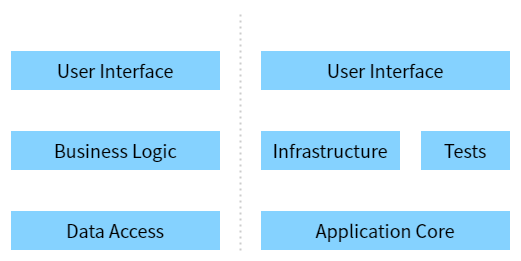
The draw.io diagram documents/contents/images/app-architecture/overview/application-architecture-dark.png in AlesInfiny/maris, before a commit. Source tidied: cells renumbered, new cells last; positions are measured from the earlier drawing's top-left corner, leaving out a move shared by most shapes.
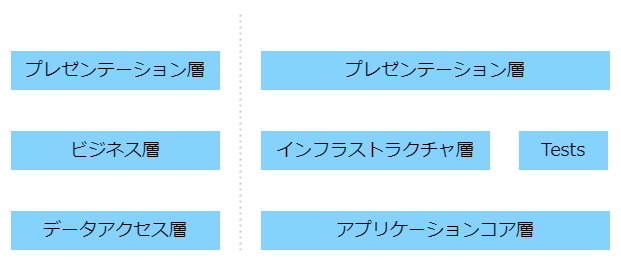
After the commit.

Commit message:
アーキテクチャ図のレイヤー名を修正

Diff of the diagram source:
```diff
@@ -3,54 +3,50 @@
     <mxCell id="0" />
     <mxCell id="1" parent="0" />
     <mxCell id="2" style="rounded=0;whiteSpace=wrap;html=1;fillColor=none;strokeColor=none;" parent="1" vertex="1">
-      <mxGeometry width="520" height="260" as="geometry" />
+      <mxGeometry width="620" height="260" as="geometry" />
     </mxCell>
-    <mxCell id="3" value="Data Access" style="rounded=0;whiteSpace=wrap;html=1;fillColor=#85D2FF;strokeColor=#FFFFFF;fontColor=#000000;fontFamily=Noto Sans JP;fontSource=https%3A%2F%2Ffonts.googleapis.com%2Fcss%3Ffamily%3DNoto%2BSans%2BJP;fontSize=18;" parent="1" vertex="1">
+    <mxCell id="3" value="データアクセス層" style="rounded=0;whiteSpace=wrap;html=1;fillColor=#85D2FF;strokeColor=#FFFFFF;fontColor=#000000;fontFamily=Noto Sans JP;fontSource=https%3A%2F%2Ffonts.googleapis.com%2Fcss%3Ffamily%3DNoto%2BSans%2BJP;fontSize=18;" parent="1" vertex="1">
       <mxGeometry x="10" y="210" width="210" height="40" as="geometry" />
     </mxCell>
     <mxCell id="4" style="edgeStyle=none;html=1;exitX=0.5;exitY=1;exitDx=0;exitDy=0;entryX=0.5;entryY=0;entryDx=0;entryDy=0;fontFamily=Noto Sans JP;fontSource=https%3A%2F%2Ffonts.googleapis.com%2Fcss%3Ffamily%3DNoto%2BSans%2BJP;fontSize=18;fontColor=#000000;endArrow=open;endFill=0;strokeColor=#FFFFFF;" parent="1" edge="1" source="5" target="3">
       <mxGeometry relative="1" as="geometry" />
     </mxCell>
-    <mxCell id="5" value="Business Logic" style="rounded=0;whiteSpace=wrap;html=1;fillColor=#85D2FF;strokeColor=#FFFFFF;fontColor=#000000;fontFamily=Noto Sans JP;fontSource=https%3A%2F%2Ffonts.googleapis.com%2Fcss%3Ffamily%3DNoto%2BSans%2BJP;fontSize=18;" parent="1" vertex="1">
+    <mxCell id="5" value="ビジネス層" style="rounded=0;whiteSpace=wrap;html=1;fillColor=#85D2FF;strokeColor=#FFFFFF;fontColor=#000000;fontFamily=Noto Sans JP;fontSource=https%3A%2F%2Ffonts.googleapis.com%2Fcss%3Ffamily%3DNoto%2BSans%2BJP;fontSize=18;" parent="1" vertex="1">
       <mxGeometry x="10" y="130" width="210" height="40" as="geometry" />
     </mxCell>
     <mxCell id="6" style="edgeStyle=none;html=1;exitX=0.5;exitY=1;exitDx=0;exitDy=0;fontFamily=Noto Sans JP;fontSource=https%3A%2F%2Ffonts.googleapis.com%2Fcss%3Ffamily%3DNoto%2BSans%2BJP;fontSize=18;fontColor=#000000;strokeColor=#FFFFFF;endArrow=open;endFill=0;" parent="1" edge="1" source="7" target="5">
       <mxGeometry relative="1" as="geometry" />
     </mxCell>
-    <mxCell id="7" value="User Interface" style="rounded=0;whiteSpace=wrap;html=1;fillColor=#85D2FF;strokeColor=#FFFFFF;fontColor=#000000;fontFamily=Noto Sans JP;fontSource=https%3A%2F%2Ffonts.googleapis.com%2Fcss%3Ffamily%3DNoto%2BSans%2BJP;fontSize=18;" parent="1" vertex="1">
+    <mxCell id="7" value="プレゼンテーション層" style="rounded=0;whiteSpace=wrap;html=1;fillColor=#85D2FF;strokeColor=#FFFFFF;fontColor=#000000;fontFamily=Noto Sans JP;fontSource=https%3A%2F%2Ffonts.googleapis.com%2Fcss%3Ffamily%3DNoto%2BSans%2BJP;fontSize=18;" parent="1" vertex="1">
       <mxGeometry x="10" y="50" width="210" height="40" as="geometry" />
     </mxCell>
-    <mxCell id="8" value="User Interface" style="rounded=0;whiteSpace=wrap;html=1;fillColor=#85D2FF;strokeColor=#FFFFFF;fontColor=#000000;fontFamily=Noto Sans JP;fontSource=https%3A%2F%2Ffonts.googleapis.com%2Fcss%3Ffamily%3DNoto%2BSans%2BJP;fontSize=18;" parent="1" vertex="1">
-      <mxGeometry x="260" y="50" width="250" height="40" as="geometry" />
+    <mxCell id="8" value="プレゼンテーション層" style="rounded=0;whiteSpace=wrap;html=1;fillColor=#85D2FF;strokeColor=#FFFFFF;fontColor=#000000;fontFamily=Noto Sans JP;fontSource=https%3A%2F%2Ffonts.googleapis.com%2Fcss%3Ffamily%3DNoto%2BSans%2BJP;fontSize=18;" parent="1" vertex="1">
+      <mxGeometry x="260" y="50" width="350" height="40" as="geometry" />
     </mxCell>
-    <mxCell id="9" style="edgeStyle=none;html=1;entryX=0.5;entryY=0;entryDx=0;entryDy=0;fontFamily=Noto Sans JP;fontSource=https%3A%2F%2Ffonts.googleapis.com%2Fcss%3Ffamily%3DNoto%2BSans%2BJP;fontSize=18;fontColor=#000000;endArrow=open;endFill=0;strokeColor=#FFFFFF;" parent="1" edge="1" source="10">
-      <mxGeometry relative="1" as="geometry">
-        <mxPoint x="330" y="210" as="targetPoint" />
-      </mxGeometry>
+    <mxCell id="9" style="edgeStyle=none;html=1;entryX=0.329;entryY=-0.013;entryDx=0;entryDy=0;fontFamily=Noto Sans JP;fontSource=https%3A%2F%2Ffonts.googleapis.com%2Fcss%3Ffamily%3DNoto%2BSans%2BJP;fontSize=18;fontColor=#000000;endArrow=open;endFill=0;strokeColor=#FFFFFF;entryPerimeter=0;exitX=0.5;exitY=1;exitDx=0;exitDy=0;" parent="1" edge="1" source="10" target="11">
+      <mxGeometry relative="1" as="geometry" />
     </mxCell>
-    <mxCell id="10" value="Infrastructure" style="rounded=0;whiteSpace=wrap;html=1;fillColor=#85D2FF;strokeColor=#FFFFFF;fontColor=#000000;fontFamily=Noto Sans JP;fontSource=https%3A%2F%2Ffonts.googleapis.com%2Fcss%3Ffamily%3DNoto%2BSans%2BJP;fontSize=18;" parent="1" vertex="1">
-      <mxGeometry x="260" y="130" width="140" height="40" as="geometry" />
+    <mxCell id="10" value="インフラストラクチャ層" style="rounded=0;whiteSpace=wrap;html=1;fillColor=#85D2FF;strokeColor=#FFFFFF;fontColor=#000000;fontFamily=Noto Sans JP;fontSource=https%3A%2F%2Ffonts.googleapis.com%2Fcss%3Ffamily%3DNoto%2BSans%2BJP;fontSize=18;" parent="1" vertex="1">
+      <mxGeometry x="260" y="130" width="230" height="40" as="geometry" />
     </mxCell>
-    <mxCell id="11" value="Application Core" style="rounded=0;whiteSpace=wrap;html=1;fillColor=#85D2FF;strokeColor=#FFFFFF;fontColor=#000000;fontFamily=Noto Sans JP;fontSource=https%3A%2F%2Ffonts.googleapis.com%2Fcss%3Ffamily%3DNoto%2BSans%2BJP;fontSize=18;" parent="1" vertex="1">
-      <mxGeometry x="260" y="210" width="250" height="40" as="geometry" />
+    <mxCell id="11" value="アプリケーションコア層" style="rounded=0;whiteSpace=wrap;html=1;fillColor=#85D2FF;strokeColor=#FFFFFF;fontColor=#000000;fontFamily=Noto Sans JP;fontSource=https%3A%2F%2Ffonts.googleapis.com%2Fcss%3Ffamily%3DNoto%2BSans%2BJP;fontSize=18;" parent="1" vertex="1">
+      <mxGeometry x="260" y="210" width="350" height="40" as="geometry" />
     </mxCell>
-    <mxCell id="12" style="edgeStyle=none;html=1;entryX=0.5;entryY=0;entryDx=0;entryDy=0;fontFamily=Noto Sans JP;fontSource=https%3A%2F%2Ffonts.googleapis.com%2Fcss%3Ffamily%3DNoto%2BSans%2BJP;fontSize=18;fontColor=#000000;endArrow=open;endFill=0;strokeColor=#FFFFFF;" parent="1" edge="1" source="13">
-      <mxGeometry relative="1" as="geometry">
-        <mxPoint x="465" y="210" as="targetPoint" />
-      </mxGeometry>
+    <mxCell id="12" style="edgeStyle=none;html=1;entryX=0.865;entryY=-0.017;entryDx=0;entryDy=0;fontFamily=Noto Sans JP;fontSource=https%3A%2F%2Ffonts.googleapis.com%2Fcss%3Ffamily%3DNoto%2BSans%2BJP;fontSize=18;fontColor=#000000;endArrow=open;endFill=0;strokeColor=#FFFFFF;exitX=0.5;exitY=1;exitDx=0;exitDy=0;entryPerimeter=0;" parent="1" edge="1" source="13" target="11">
+      <mxGeometry relative="1" as="geometry" />
     </mxCell>
     <mxCell id="13" value="Tests" style="rounded=0;whiteSpace=wrap;html=1;fillColor=#85D2FF;strokeColor=#FFFFFF;fontColor=#000000;fontFamily=Noto Sans JP;fontSource=https%3A%2F%2Ffonts.googleapis.com%2Fcss%3Ffamily%3DNoto%2BSans%2BJP;fontSize=18;" parent="1" vertex="1">
-      <mxGeometry x="420" y="130" width="90" height="40" as="geometry" />
+      <mxGeometry x="518" y="130" width="90" height="40" as="geometry" />
     </mxCell>
     <mxCell id="14" style="edgeStyle=none;html=1;entryX=0.5;entryY=0;entryDx=0;entryDy=0;fontFamily=Noto Sans JP;fontSource=https%3A%2F%2Ffonts.googleapis.com%2Fcss%3Ffamily%3DNoto%2BSans%2BJP;fontSize=18;fontColor=#000000;endArrow=open;endFill=0;strokeColor=#FFFFFF;" parent="1" edge="1">
       <mxGeometry relative="1" as="geometry">
-        <mxPoint x="410" y="90" as="sourcePoint" />
-        <mxPoint x="410" y="210" as="targetPoint" />
+        <mxPoint x="502" y="90" as="sourcePoint" />
+        <mxPoint x="502" y="210" as="targetPoint" />
       </mxGeometry>
     </mxCell>
     <mxCell id="15" style="edgeStyle=none;html=1;entryX=0.5;entryY=0;entryDx=0;entryDy=0;fontFamily=Noto Sans JP;fontSource=https%3A%2F%2Ffonts.googleapis.com%2Fcss%3Ffamily%3DNoto%2BSans%2BJP;fontSize=18;fontColor=#000000;endArrow=open;endFill=0;strokeColor=#FFFFFF;dashed=1;" parent="1" edge="1" target="10">
       <mxGeometry relative="1" as="geometry">
-        <mxPoint x="330" y="90" as="sourcePoint" />
+        <mxPoint x="375" y="90" as="sourcePoint" />
       </mxGeometry>
     </mxCell>
     <mxCell id="16" value="レイヤードアーキテクチャ" style="text;html=1;strokeColor=none;fillColor=none;align=left;verticalAlign=middle;whiteSpace=wrap;rounded=0;fontFamily=Noto Sans JP;fontSource=https%3A%2F%2Ffonts.googleapis.com%2Fcss%3Ffamily%3DNoto%2BSans%2BJP;fontSize=18;fontColor=#FFFFFF;" parent="1" vertex="1">
```
